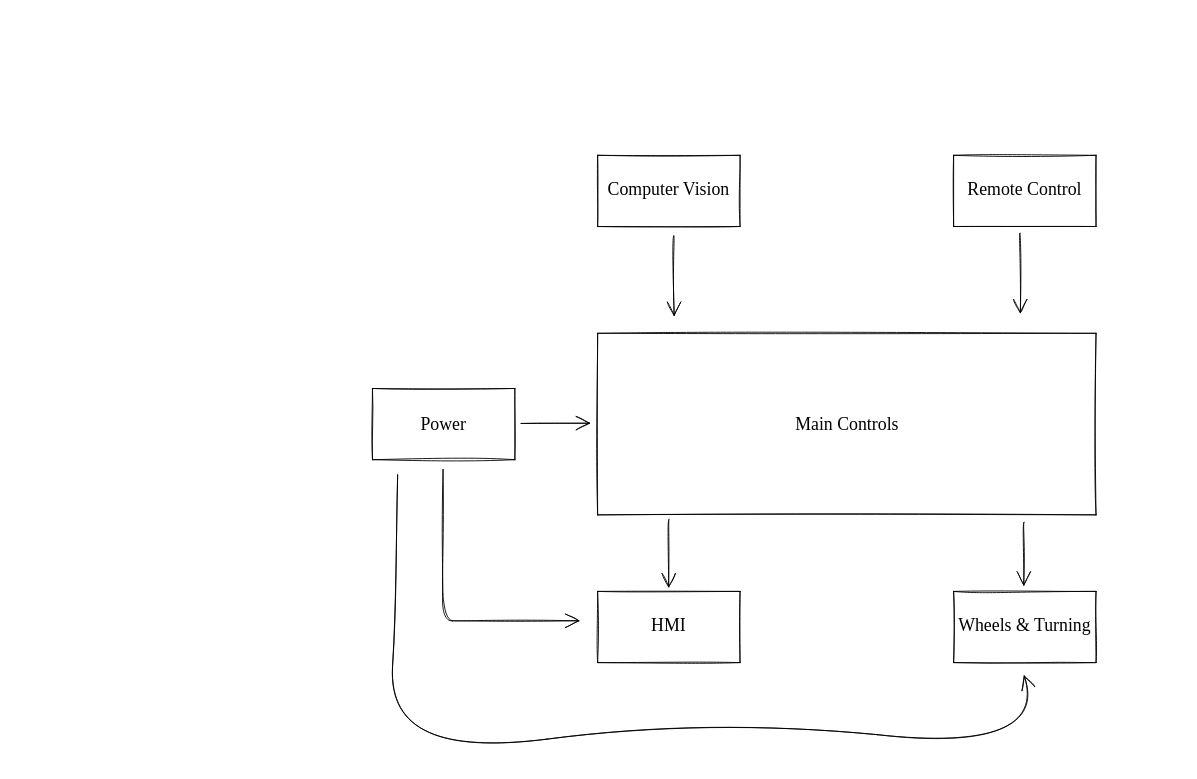
This is DRAWIO Files/Lydia/Introduction_Layers.drawio from TuringBoard/ADS, a draw.io file, before an edit. Source tidied: cells renumbered, new cells numbered last; positions are measured from the earlier drawing's top-left corner, leaving out a move shared by most shapes. Both pictures are drawn from the tidied source at 89%, with x=0, y=0 at pixel (372, 155).
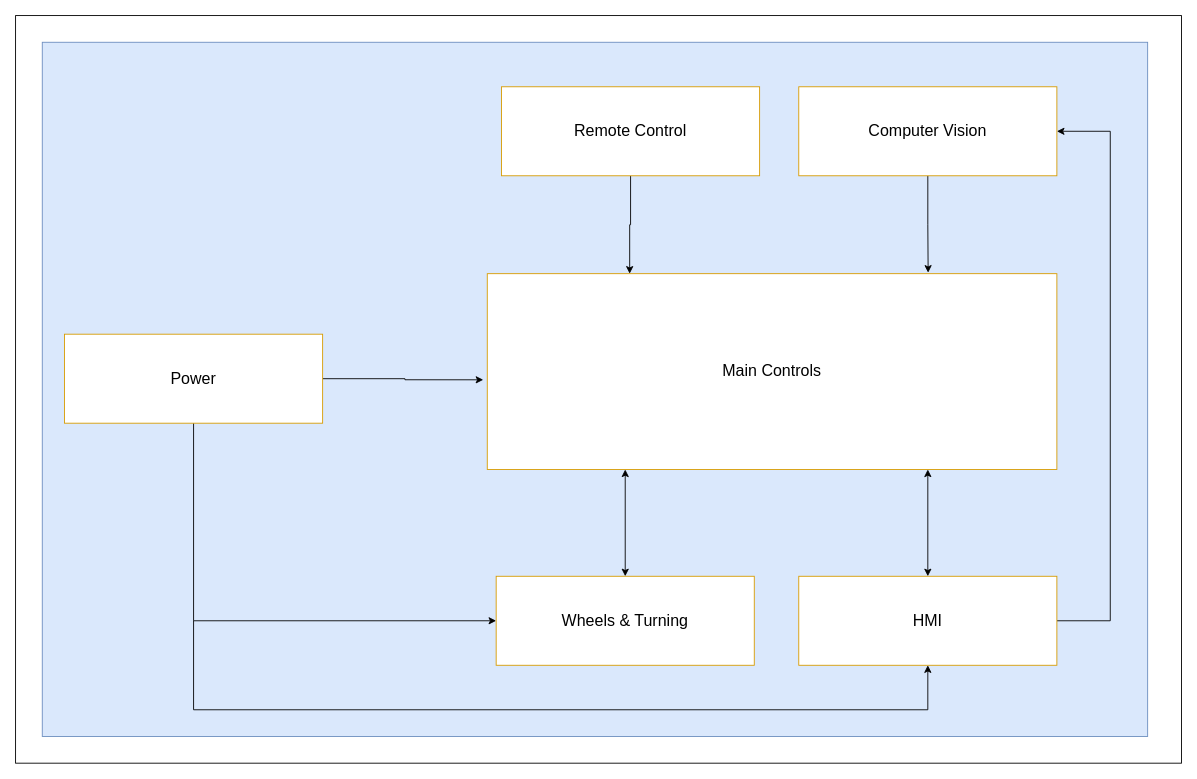
After the change.

Diff of the diagram source:
```diff
@@
-    <mxCell id="2" style="rounded=0;whiteSpace=wrap;html=1;sketch=1;hachureGap=4;fontFamily=Architects Daughter;fontSize=20;" parent="1" vertex="1">
-      <mxGeometry x="253" y="200" width="560" height="204" as="geometry" />
-    </mxCell>
+    <mxCell id="21" style="rounded=0;whiteSpace=wrap;html=1;fontSize=14;" parent="1" vertex="1">
+      <mxGeometry x="-401" y="-157" width="1310" height="840" as="geometry" />
+    </mxCell>
+    <mxCell id="22" style="rounded=0;whiteSpace=wrap;html=1;fillColor=#dae8fc;strokeColor=#6c8ebf;" parent="1" vertex="1">
+      <mxGeometry x="-371" y="-127" width="1242" height="780" as="geometry" />
+    </mxCell>
+    <mxCell id="23" style="edgeStyle=orthogonalEdgeStyle;rounded=0;jettySize=auto;html=1;entryX=0.25;entryY=0;entryDx=0;entryDy=0;exitX=0.5;exitY=1;exitDx=0;exitDy=0;" parent="1" edge="1" source="5" target="3">
+      <mxGeometry relative="1" as="geometry">
+        <Array as="points">
+          <mxPoint x="289" y="78" />
+        </Array>
+      </mxGeometry>
+    </mxCell>
+    <mxCell id="5" value="Remote Control" style="rounded=0;whiteSpace=wrap;html=1;fontSize=18;fillColor=#FFFFFF;strokeColor=#d79b00;" parent="1" vertex="1">
+      <mxGeometry x="145" y="-77" width="290" height="100" as="geometry" />
+    </mxCell>
+    <mxCell id="24" style="edgeStyle=orthogonalEdgeStyle;rounded=0;jettySize=auto;html=1;exitX=1;exitY=0.5;exitDx=0;exitDy=0;entryX=-0.007;entryY=0.542;entryDx=0;entryDy=0;entryPerimeter=0;" parent="1" edge="1" source="13" target="3">
+      <mxGeometry relative="1" as="geometry" />
+    </mxCell>
+    <mxCell id="25" style="edgeStyle=orthogonalEdgeStyle;rounded=0;jettySize=auto;html=1;entryX=0;entryY=0.5;entryDx=0;entryDy=0;exitX=0.5;exitY=1;exitDx=0;exitDy=0;" parent="1" edge="1" source="13" target="7">
+      <mxGeometry relative="1" as="geometry" />
+    </mxCell>
+    <mxCell id="13" value="Power" style="rounded=0;whiteSpace=wrap;html=1;fontSize=18;fillColor=#FFFFFF;strokeColor=#d79b00;" parent="1" vertex="1">
+      <mxGeometry x="-346" y="201" width="290" height="100" as="geometry" />
+    </mxCell>
-    <mxCell id="3" value="&lt;pre&gt;&lt;font face=&quot;Times New Roman&quot;&gt;Main Controls&lt;/font&gt;&lt;/pre&gt;" style="text;strokeColor=none;fillColor=none;html=1;align=center;verticalAlign=middle;whiteSpace=wrap;rounded=0;sketch=1;hachureGap=4;fontFamily=Architects Daughter;fontSize=20;" parent="1" vertex="1">
-      <mxGeometry x="338.5" y="245" width="389" height="114" as="geometry" />
+    <mxCell id="3" value="Main Controls" style="rounded=0;whiteSpace=wrap;html=1;fontSize=18;fillColor=#FFFFFF;strokeColor=#d79b00;" parent="1" vertex="1">
+      <mxGeometry x="129" y="133" width="640" height="220" as="geometry" />
     </mxCell>
-    <mxCell id="4" style="rounded=0;whiteSpace=wrap;html=1;sketch=1;hachureGap=4;fontFamily=Architects Daughter;fontSize=20;" parent="1" vertex="1">
-      <mxGeometry x="653" width="160" height="80" as="geometry" />
-    </mxCell>
-    <mxCell id="5" value="&lt;pre&gt;&lt;font face=&quot;Times New Roman&quot;&gt;Remote Control&lt;/font&gt;&lt;/pre&gt;" style="text;strokeColor=none;fillColor=none;html=1;align=center;verticalAlign=middle;whiteSpace=wrap;rounded=0;sketch=1;hachureGap=4;fontFamily=Architects Daughter;fontSize=20;" parent="1" vertex="1">
-      <mxGeometry x="703" y="23" width="60" height="30" as="geometry" />
-    </mxCell>
-    <mxCell id="6" style="rounded=0;whiteSpace=wrap;html=1;sketch=1;hachureGap=4;fontFamily=Architects Daughter;fontSize=20;" parent="1" vertex="1">
-      <mxGeometry x="653" y="490" width="160" height="80" as="geometry" />
-    </mxCell>
+    <mxCell id="26" style="edgeStyle=orthogonalEdgeStyle;rounded=0;jettySize=auto;html=1;exitX=0.5;exitY=1;exitDx=0;exitDy=0;entryX=0.774;entryY=-0.005;entryDx=0;entryDy=0;entryPerimeter=0;" parent="1" edge="1" source="9" target="3">
+      <mxGeometry relative="1" as="geometry" />
+    </mxCell>
+    <mxCell id="9" value="Computer Vision" style="rounded=0;whiteSpace=wrap;html=1;fontSize=18;fillColor=#FFFFFF;strokeColor=#d79b00;" parent="1" vertex="1">
+      <mxGeometry x="479" y="-77" width="290" height="100" as="geometry" />
+    </mxCell>
-    <mxCell id="7" value="&lt;pre&gt;&lt;font face=&quot;Times New Roman&quot;&gt;Wheels &amp;amp; Turning&lt;/font&gt;&lt;/pre&gt;" style="text;strokeColor=none;fillColor=none;html=1;align=center;verticalAlign=middle;whiteSpace=wrap;rounded=0;sketch=1;hachureGap=4;fontFamily=Architects Daughter;fontSize=20;" parent="1" vertex="1">
-      <mxGeometry x="703" y="513" width="60" height="30" as="geometry" />
+    <mxCell id="7" value="Wheels &amp;amp; Turning" style="rounded=0;whiteSpace=wrap;html=1;fontSize=18;fillColor=#FFFFFF;strokeColor=#d79b00;" parent="1" vertex="1">
+      <mxGeometry x="139" y="473" width="290" height="100" as="geometry" />
     </mxCell>
-    <mxCell id="8" style="rounded=0;whiteSpace=wrap;html=1;sketch=1;hachureGap=4;fontFamily=Architects Daughter;fontSize=20;" parent="1" vertex="1">
-      <mxGeometry x="253" width="160" height="80" as="geometry" />
-    </mxCell>
-    <mxCell id="9" value="&lt;pre&gt;&lt;font face=&quot;Times New Roman&quot;&gt;Computer Vision&lt;/font&gt;&lt;/pre&gt;" style="text;strokeColor=none;fillColor=none;html=1;align=center;verticalAlign=middle;whiteSpace=wrap;rounded=0;sketch=1;hachureGap=4;fontFamily=Architects Daughter;fontSize=20;" parent="1" vertex="1">
-      <mxGeometry x="303" y="23" width="60" height="30" as="geometry" />
-    </mxCell>
-    <mxCell id="10" style="rounded=0;whiteSpace=wrap;html=1;sketch=1;hachureGap=4;fontFamily=Architects Daughter;fontSize=20;" parent="1" vertex="1">
-      <mxGeometry x="253" y="490" width="160" height="80" as="geometry" />
-    </mxCell>
+    <mxCell id="27" style="edgeStyle=orthogonalEdgeStyle;rounded=0;jettySize=auto;html=1;entryX=1;entryY=0.5;entryDx=0;entryDy=0;" parent="1" edge="1" source="11" target="9">
+      <mxGeometry relative="1" as="geometry">
+        <Array as="points">
+          <mxPoint x="829" y="523" />
+          <mxPoint x="829" y="-27" />
+        </Array>
+      </mxGeometry>
+    </mxCell>
-    <mxCell id="11" value="&lt;pre&gt;&lt;font face=&quot;Times New Roman&quot;&gt;HMI&lt;/font&gt;&lt;/pre&gt;" style="text;strokeColor=none;fillColor=none;html=1;align=center;verticalAlign=middle;whiteSpace=wrap;rounded=0;sketch=1;hachureGap=4;fontFamily=Architects Daughter;fontSize=20;" parent="1" vertex="1">
-      <mxGeometry x="303" y="513" width="60" height="30" as="geometry" />
+    <mxCell id="11" value="HMI" style="rounded=0;whiteSpace=wrap;html=1;fontSize=18;fillColor=#FFFFFF;strokeColor=#d79b00;" parent="1" vertex="1">
+      <mxGeometry x="479" y="473" width="290" height="100" as="geometry" />
     </mxCell>
-    <mxCell id="12" style="rounded=0;whiteSpace=wrap;html=1;sketch=1;hachureGap=4;fontFamily=Architects Daughter;fontSize=20;" parent="1" vertex="1">
-      <mxGeometry y="262" width="160" height="80" as="geometry" />
-    </mxCell>
-    <mxCell id="13" value="&lt;pre&gt;&lt;font face=&quot;Times New Roman&quot;&gt;Power&lt;/font&gt;&lt;/pre&gt;" style="text;strokeColor=none;fillColor=none;html=1;align=center;verticalAlign=middle;whiteSpace=wrap;rounded=0;sketch=1;hachureGap=4;fontFamily=Architects Daughter;fontSize=20;" parent="1" vertex="1">
-      <mxGeometry x="50" y="287" width="60" height="30" as="geometry" />
-    </mxCell>
-    <mxCell id="14" style="edgeStyle=none;orthogonalLoop=1;jettySize=auto;html=1;rounded=0;sketch=1;hachureGap=4;fontFamily=Times New Roman;fontSize=16;endArrow=open;startSize=14;endSize=14;sourcePerimeterSpacing=8;targetPerimeterSpacing=8;curved=1;" parent="1" edge="1">
-      <mxGeometry relative="1" as="geometry">
-        <mxPoint x="167" y="301.3" as="sourcePoint" />
-        <mxPoint x="245" y="301" as="targetPoint" />
-        <Array as="points">
-          <mxPoint x="206" y="301" />
-        </Array>
-      </mxGeometry>
-    </mxCell>
-    <mxCell id="15" style="edgeStyle=none;orthogonalLoop=1;jettySize=auto;html=1;rounded=0;sketch=1;hachureGap=4;fontFamily=Times New Roman;fontSize=16;endArrow=open;startSize=14;endSize=14;sourcePerimeterSpacing=8;targetPerimeterSpacing=8;curved=1;" parent="1" edge="1">
-      <mxGeometry relative="1" as="geometry">
-        <mxPoint x="338.5" y="90" as="sourcePoint" />
-        <mxPoint x="339" y="181" as="targetPoint" />
-      </mxGeometry>
-    </mxCell>
-    <mxCell id="16" style="edgeStyle=none;orthogonalLoop=1;jettySize=auto;html=1;rounded=0;sketch=1;hachureGap=4;fontFamily=Times New Roman;fontSize=16;endArrow=open;startSize=14;endSize=14;sourcePerimeterSpacing=8;targetPerimeterSpacing=8;curved=1;" parent="1" edge="1">
-      <mxGeometry relative="1" as="geometry">
-        <mxPoint x="727.5" y="87" as="sourcePoint" />
-        <mxPoint x="728" y="178" as="targetPoint" />
-      </mxGeometry>
-    </mxCell>
-    <mxCell id="17" style="edgeStyle=none;orthogonalLoop=1;jettySize=auto;html=1;rounded=0;sketch=1;hachureGap=4;fontFamily=Times New Roman;fontSize=16;endArrow=open;startSize=14;endSize=14;sourcePerimeterSpacing=8;targetPerimeterSpacing=8;curved=1;" parent="1" edge="1">
-      <mxGeometry relative="1" as="geometry">
-        <mxPoint x="333" y="409" as="sourcePoint" />
-        <mxPoint x="332.8" y="486" as="targetPoint" />
-      </mxGeometry>
-    </mxCell>
-    <mxCell id="18" style="edgeStyle=none;orthogonalLoop=1;jettySize=auto;html=1;rounded=0;sketch=1;hachureGap=4;fontFamily=Times New Roman;fontSize=16;endArrow=open;startSize=14;endSize=14;sourcePerimeterSpacing=8;targetPerimeterSpacing=8;curved=1;" parent="1" edge="1">
-      <mxGeometry relative="1" as="geometry">
-        <mxPoint x="732" y="412" as="sourcePoint" />
-        <mxPoint x="731.8" y="484" as="targetPoint" />
-      </mxGeometry>
-    </mxCell>
-    <mxCell id="19" style="edgeStyle=none;orthogonalLoop=1;jettySize=auto;html=1;rounded=0;sketch=1;hachureGap=4;fontFamily=Times New Roman;fontSize=16;endArrow=open;startSize=14;endSize=14;sourcePerimeterSpacing=8;targetPerimeterSpacing=8;curved=1;" parent="1" edge="1">
-      <mxGeometry relative="1" as="geometry">
-        <mxPoint x="79.3" y="353" as="sourcePoint" />
-        <mxPoint x="233" y="523" as="targetPoint" />
-        <Array as="points">
-          <mxPoint x="79" y="464" />
-          <mxPoint x="79" y="523" />
-          <mxPoint x="100" y="523" />
-        </Array>
-      </mxGeometry>
-    </mxCell>
-    <mxCell id="20" style="edgeStyle=none;orthogonalLoop=1;jettySize=auto;html=1;rounded=0;sketch=1;hachureGap=4;fontFamily=Times New Roman;fontSize=16;endArrow=open;startSize=14;endSize=14;sourcePerimeterSpacing=8;targetPerimeterSpacing=8;curved=1;" parent="1" edge="1">
-      <mxGeometry relative="1" as="geometry">
-        <mxPoint x="28.3" y="359" as="sourcePoint" />
-        <mxPoint x="732" y="584" as="targetPoint" />
-        <Array as="points">
-          <mxPoint x="28" y="470" />
-          <mxPoint x="17" y="681" />
-          <mxPoint x="375" y="631" />
-          <mxPoint x="760" y="671" />
-        </Array>
-      </mxGeometry>
-    </mxCell>
+    <mxCell id="28" style="endArrow=classic;startArrow=classic;html=1;rounded=0;exitX=0.5;exitY=0;exitDx=0;exitDy=0;" parent="1" edge="1" source="7">
+      <mxGeometry relative="1" as="geometry">
+        <mxPoint x="284" y="353" as="targetPoint" />
+      </mxGeometry>
+    </mxCell>
+    <mxCell id="29" style="endArrow=classic;startArrow=classic;html=1;rounded=0;exitX=0.5;exitY=0;exitDx=0;exitDy=0;" parent="1" edge="1" source="11">
+      <mxGeometry relative="1" as="geometry">
+        <mxPoint x="624" y="353" as="targetPoint" />
+      </mxGeometry>
+    </mxCell>
+    <mxCell id="30" style="endArrow=classic;html=1;rounded=0;entryX=0.5;entryY=1;entryDx=0;entryDy=0;" parent="1" edge="1" target="11">
+      <mxGeometry relative="1" as="geometry">
+        <mxPoint x="-201" y="523" as="sourcePoint" />
+        <Array as="points">
+          <mxPoint x="-201" y="623" />
+          <mxPoint x="624" y="623" />
+        </Array>
+      </mxGeometry>
+    </mxCell>
```
